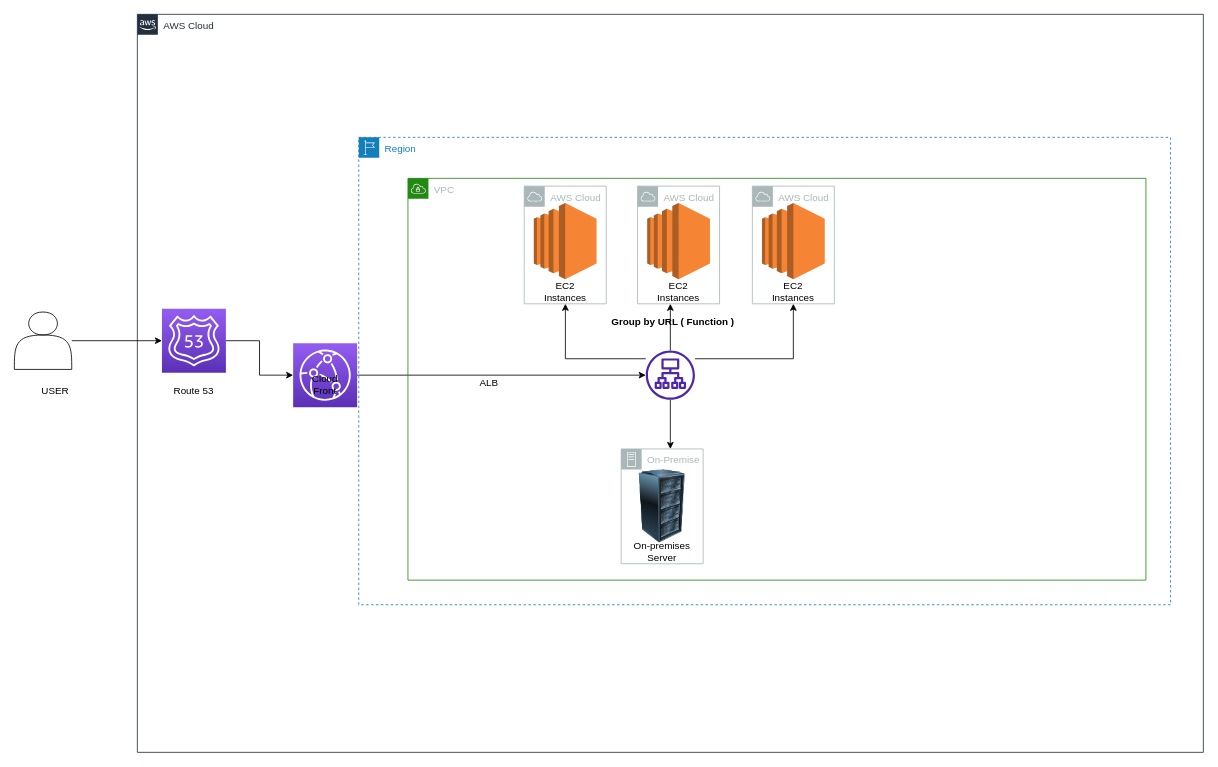
jeon-maker/STUDY_RECORD keeps this draw.io diagram as AWS/AWS_architecture.drawio. Above is the earlier version. Source tidied: cells renumbered, new cells numbered last; positions are measured from the earlier drawing's top-left corner, leaving out a move shared by most shapes. Both pictures are drawn from the tidied source at 82%, with x=0, y=0 at pixel (14, 14).
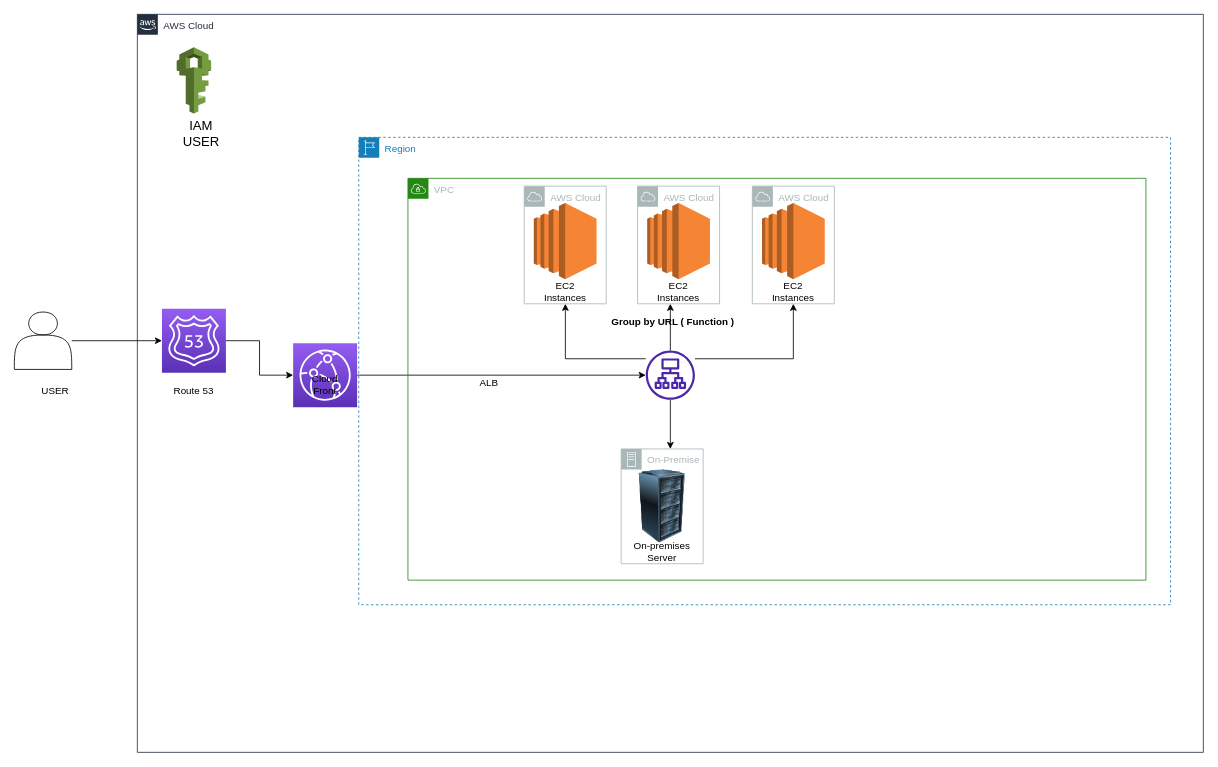
The same page after the edit.

Unchanged cells that the change refers to:
```xml
<mxCell id="2" value="AWS Cloud" style="gradientColor=none;html=1;whiteSpace=wrap;fontSize=12;fontStyle=0;shape=mxgraph.aws4.group;grIcon=mxgraph.aws4.group_aws_cloud_alt;strokeColor=#232F3E;fillColor=none;verticalAlign=top;align=left;spacingLeft=30;fontColor=#232F3E;dashed=0;" parent="1" vertex="1">
  <mxGeometry x="150" width="1300" height="900" as="geometry" />
</mxCell>
```

The edit, as a diff of the source:
```diff
@@
+    <mxCell id="33" style="dashed=0;verticalLabelPosition=bottom;verticalAlign=top;align=center;html=1;shape=mxgraph.aws3.iam;fillColor=#759C3E;gradientColor=none;fontSize=16;" parent="2" vertex="1">
+      <mxGeometry x="48" y="40" width="42" height="81" as="geometry" />
+    </mxCell>
+    <mxCell id="34" value="IAM USER" style="text;strokeColor=none;align=center;fillColor=none;html=1;verticalAlign=middle;whiteSpace=wrap;rounded=0;fontSize=16;" parent="2" vertex="1">
+      <mxGeometry x="48" y="130" width="60" height="30" as="geometry" />
+    </mxCell>
```
